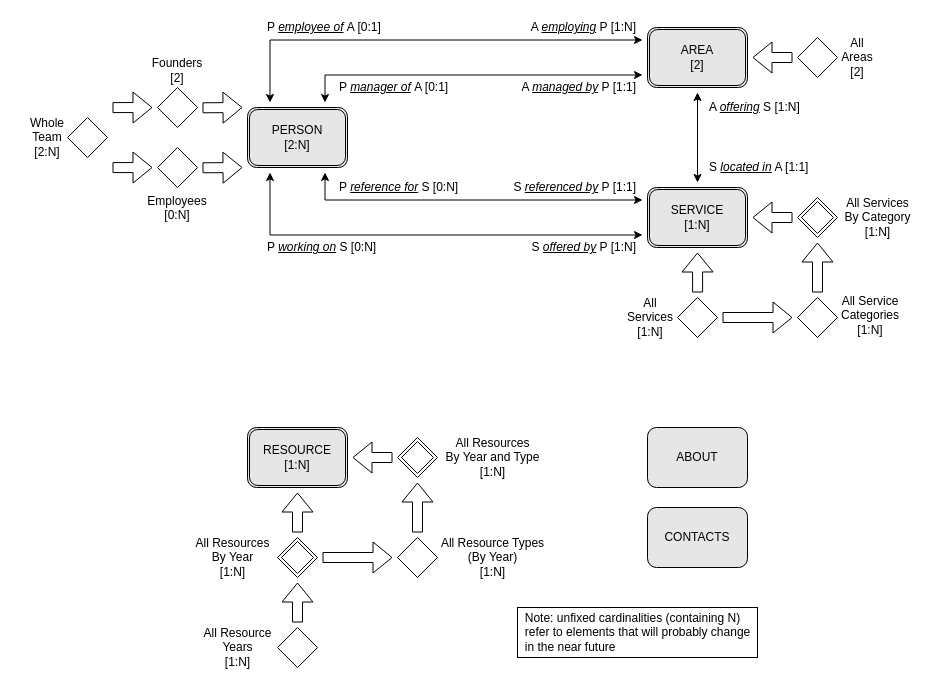
The draw.io diagram page "C-IDM Large" (1 of 3) of design document/models/C-IDM + Mapping.drawio in lorenzofratus/secure-network-rebrand, before the edit. Source tidied: cells renumbered, new cells numbered last; positions are measured from the earlier drawing's top-left corner, leaving out a move shared by most shapes. Both pictures are drawn from the tidied source at 100%, with x=0, y=0 at pixel (67, 17).
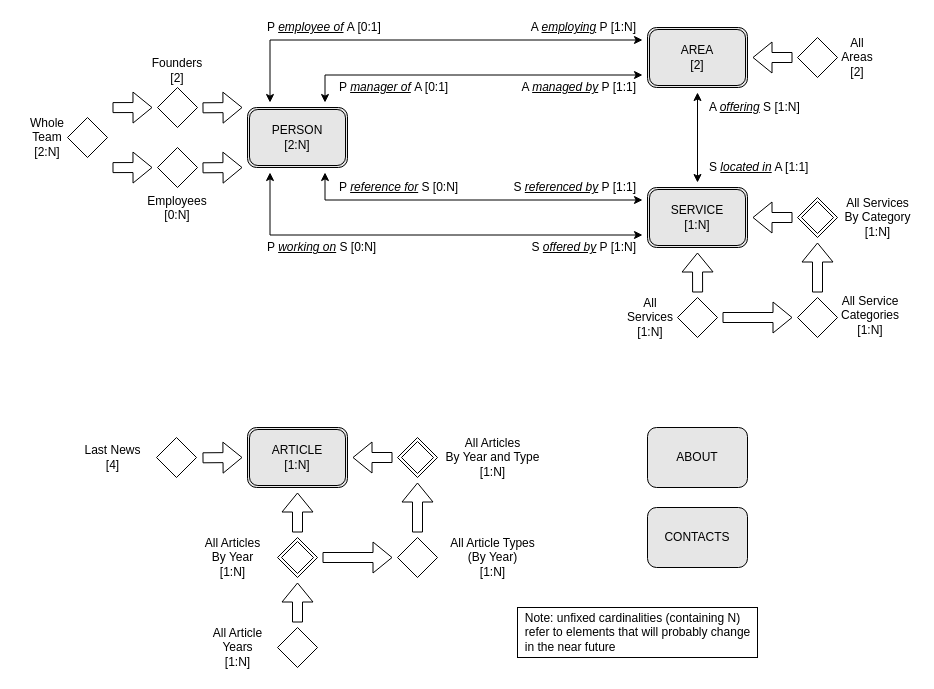
The same page after the edit.

Commit message (it also covers changes not shown here):
rename Resources into Articles on documentation

Unchanged cells that the change refers to:
```xml
<mxCell id="26" style="group;" parent="1" vertex="1">
  <mxGeometry x="120" y="410" width="365" height="245" as="geometry" />
</mxCell>
<mxCell id="33" style="group;" parent="26" vertex="1">
  <mxGeometry x="210" y="105" width="155" height="50" as="geometry" />
</mxCell>
<mxCell id="36" style="group;" parent="26" vertex="1">
  <mxGeometry x="210" y="5" width="150" height="50" as="geometry" />
</mxCell>
<mxCell id="39" style="group;" parent="26" vertex="1">
  <mxGeometry x="10" y="195" width="120" height="50" as="geometry" />
</mxCell>
<mxCell id="42" style="group;" parent="26" vertex="1">
  <mxGeometry y="105" width="130" height="50" as="geometry" />
</mxCell>
```

Change to the diagram source:
```diff
@@
-    <mxCell id="27" value="RESOURCE&lt;br&gt;[1:N]" style="shape=ext;rounded=1;html=1;whiteSpace=wrap;double=1;fillColor=#E6E6E6;perimeterSpacing=5;" parent="26" vertex="1">
+    <mxCell id="27" value="ARTICLE&lt;br&gt;[1:N]" style="shape=ext;rounded=1;html=1;whiteSpace=wrap;double=1;fillColor=#E6E6E6;perimeterSpacing=5;" parent="26" vertex="1">
       <mxGeometry x="60" width="100" height="60" as="geometry" />
     </mxCell>
@@
-    <mxCell id="35" value="All Resource Types&lt;br&gt;(By Year)&lt;br&gt;[1:N]" style="text;html=1;align=center;verticalAlign=middle;strokeColor=none;" parent="33" vertex="1">
-      <mxGeometry x="35" width="120" height="50" as="geometry" />
+    <mxCell id="35" value="All Article Types&lt;br&gt;(By Year)&lt;br&gt;[1:N]" style="text;html=1;align=center;verticalAlign=middle;strokeColor=none;" parent="33" vertex="1">
+      <mxGeometry x="45" width="100" height="50" as="geometry" />
     </mxCell>
@@
-    <mxCell id="38" value="All Resources&lt;br&gt;By Year and Type&lt;br&gt;[1:N]" style="text;html=1;align=center;verticalAlign=middle;strokeColor=none;" parent="36" vertex="1">
+    <mxCell id="38" value="All Articles&lt;br&gt;By Year and Type&lt;br&gt;[1:N]" style="text;html=1;align=center;verticalAlign=middle;strokeColor=none;" parent="36" vertex="1">
       <mxGeometry x="40" width="110" height="50" as="geometry" />
     </mxCell>
@@
-    <mxCell id="41" value="All Resource&lt;br&gt;Years&lt;br&gt;[1:N]" style="text;html=1;align=center;verticalAlign=middle;strokeColor=none;" parent="39" vertex="1">
-      <mxGeometry width="80" height="50" as="geometry" />
+    <mxCell id="41" value="All Article&lt;br&gt;Years&lt;br&gt;[1:N]" style="text;html=1;align=center;verticalAlign=middle;strokeColor=none;" parent="39" vertex="1">
+      <mxGeometry x="10" width="60" height="50" as="geometry" />
     </mxCell>
@@
-    <mxCell id="44" value="All Resources&lt;br&gt;By Year&lt;br&gt;[1:N]" style="text;html=1;align=center;verticalAlign=middle;strokeColor=none;" parent="42" vertex="1">
-      <mxGeometry width="90" height="50" as="geometry" />
+    <mxCell id="44" value="All Articles&lt;br&gt;By Year&lt;br&gt;[1:N]" style="text;html=1;align=center;verticalAlign=middle;strokeColor=none;" parent="42" vertex="1">
+      <mxGeometry x="10" width="70" height="50" as="geometry" />
     </mxCell>
@@
+    <mxCell id="61" style="rhombus;whiteSpace=wrap;html=1;labelPosition=center;verticalLabelPosition=bottom;align=center;verticalAlign=top;perimeterSpacing=5;" parent="1" vertex="1">
+      <mxGeometry x="89" y="420" width="40" height="40" as="geometry" />
+    </mxCell>
+    <mxCell id="62" style="shape=flexArrow;endArrow=classic;html=1;startSize=6;endSize=6;strokeWidth=1;" parent="1" edge="1">
+      <mxGeometry relative="1" as="geometry">
+        <mxPoint x="135" y="440.3" as="sourcePoint" />
+        <mxPoint x="175" y="440" as="targetPoint" />
+      </mxGeometry>
+    </mxCell>
+    <mxCell id="63" style="group;" parent="1" vertex="1">
+      <mxGeometry x="-50" y="415" width="155" height="50" as="geometry" />
+    </mxCell>
+    <mxCell id="64" value="Last News&lt;br&gt;[4]" style="text;html=1;align=center;verticalAlign=middle;strokeColor=none;" parent="63" vertex="1">
+      <mxGeometry x="60" y="10" width="70" height="30" as="geometry" />
+    </mxCell>
```
